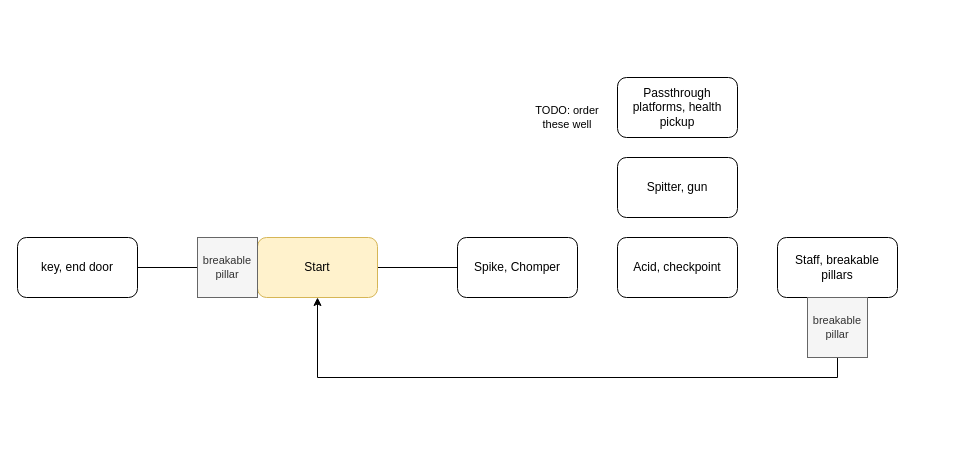
This is page "molecule" (2 of 4) of DocImages/MoleculeDiagram.drawio from COMP2150-24s1/level-design-assessment-Commander-Firestrike, a draw.io file, before an edit. Source tidied: cells renumbered, new cells numbered last; positions are measured from the earlier drawing's top-left corner, leaving out a move shared by most shapes. Both pictures are drawn from the tidied source at 100%, with x=0, y=0 at pixel (17, 77).
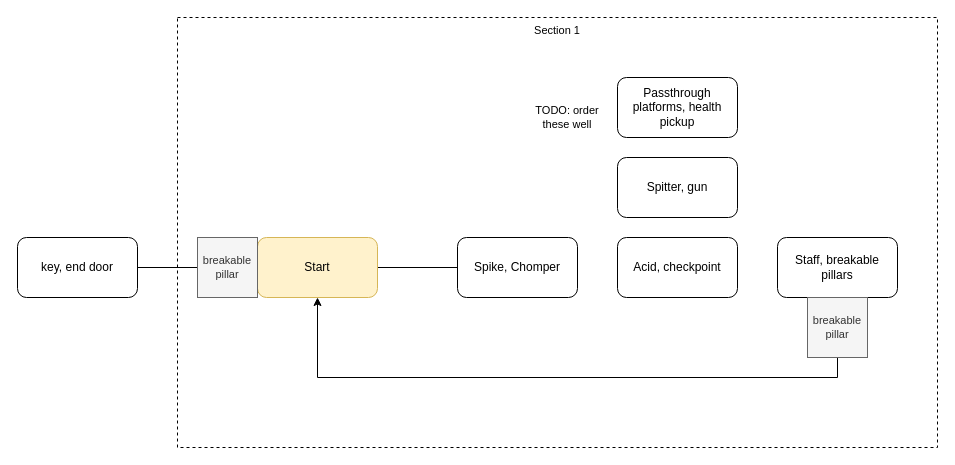
Above is the later version.

Commit message:
actually doing the storyboards and stuff

The edit, as a diff of the source:
```diff
@@
 <mxGraphModel>
   <root>
     <mxCell id="0" />
     <mxCell id="1" parent="0" />
+    <mxCell id="15" value="Section 1" style="rounded=0;whiteSpace=wrap;html=1;fontFamily=Helvetica;fontSize=11;fontColor=default;fillColor=none;dashed=1;verticalAlign=top;" parent="1" vertex="1">
+      <mxGeometry x="160" y="-60" width="760" height="430" as="geometry" />
+    </mxCell>
     <mxCell id="2" style="edgeStyle=orthogonalEdgeStyle;rounded=0;jettySize=auto;html=1;endArrow=none;endFill=0;" parent="1" edge="1" source="3" target="4">
       <mxGeometry relative="1" as="geometry" />
     </mxCell>
     <mxCell id="3" value="Start" style="rounded=1;whiteSpace=wrap;html=1;fillColor=#fff2cc;strokeColor=#d6b656;glass=0;shadow=0;" parent="1" vertex="1">
       <mxGeometry x="240" y="160" width="120" height="60" as="geometry" />
     </mxCell>
     <mxCell id="4" value="Spike, Chomper" style="rounded=1;whiteSpace=wrap;html=1;" parent="1" vertex="1">
       <mxGeometry x="440" y="160" width="120" height="60" as="geometry" />
     </mxCell>
     <mxCell id="5" value="Passthrough platforms, health pickup" style="rounded=1;whiteSpace=wrap;html=1;" parent="1" vertex="1">
       <mxGeometry x="600" width="120" height="60" as="geometry" />
     </mxCell>
     <mxCell id="6" value="Spitter, gun" style="rounded=1;whiteSpace=wrap;html=1;" parent="1" vertex="1">
       <mxGeometry x="600" y="80" width="120" height="60" as="geometry" />
     </mxCell>
     <mxCell id="7" value="Acid, checkpoint" style="rounded=1;whiteSpace=wrap;html=1;" parent="1" vertex="1">
       <mxGeometry x="600" y="160" width="120" height="60" as="geometry" />
     </mxCell>
     <mxCell id="8" style="edgeStyle=orthogonalEdgeStyle;shape=connector;rounded=0;jettySize=auto;html=1;labelBackgroundColor=default;strokeColor=default;fontFamily=Helvetica;fontSize=11;fontColor=default;endArrow=classic;endFill=1;" parent="1" edge="1" source="12" target="3">
       <mxGeometry relative="1" as="geometry">
         <Array as="points">
           <mxPoint x="300" y="300" />
         </Array>
       </mxGeometry>
     </mxCell>
     <mxCell id="9" value="Staff, breakable pillars" style="rounded=1;whiteSpace=wrap;html=1;" parent="1" vertex="1">
       <mxGeometry x="760" y="160" width="120" height="60" as="geometry" />
     </mxCell>
     <mxCell id="10" style="edgeStyle=orthogonalEdgeStyle;shape=connector;rounded=0;jettySize=auto;html=1;labelBackgroundColor=default;strokeColor=default;fontFamily=Helvetica;fontSize=11;fontColor=default;endArrow=none;endFill=0;" parent="1" edge="1" source="11" target="13">
       <mxGeometry relative="1" as="geometry" />
     </mxCell>
     <mxCell id="11" value="breakable pillar" style="rounded=0;whiteSpace=wrap;html=1;fontFamily=Helvetica;fontSize=11;fontColor=#333333;fillColor=#f5f5f5;strokeColor=#666666;" parent="1" vertex="1">
       <mxGeometry x="180" y="160" width="60" height="60" as="geometry" />
     </mxCell>
     <mxCell id="12" value="breakable pillar" style="rounded=0;whiteSpace=wrap;html=1;fontFamily=Helvetica;fontSize=11;fontColor=#333333;fillColor=#f5f5f5;strokeColor=#666666;" parent="1" vertex="1">
       <mxGeometry x="790" y="220" width="60" height="60" as="geometry" />
     </mxCell>
     <mxCell id="13" value="key, end door" style="rounded=1;whiteSpace=wrap;html=1;" parent="1" vertex="1">
       <mxGeometry y="160" width="120" height="60" as="geometry" />
     </mxCell>
     <mxCell id="14" value="TODO: order these well" style="text;html=1;strokeColor=none;fillColor=none;align=center;verticalAlign=middle;whiteSpace=wrap;rounded=0;fontSize=11;fontFamily=Helvetica;fontColor=default;" parent="1" vertex="1">
       <mxGeometry x="510" y="20" width="80" height="40" as="geometry" />
     </mxCell>
   </root>
 </mxGraphModel>
```
